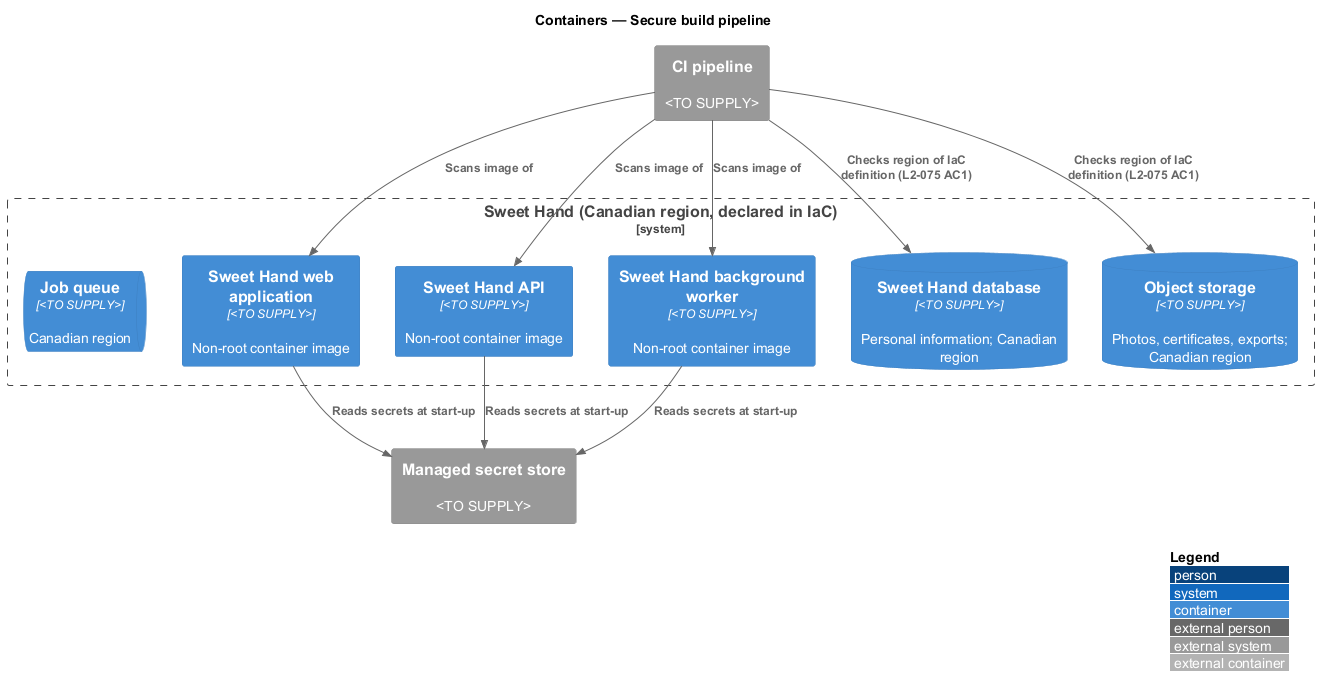
The PlantUML diagram docs/detailed-designs/platform/secure-build-pipeline/diagrams/c4-container.png in QuinntyneBrown/sweet-hand, before a commit.
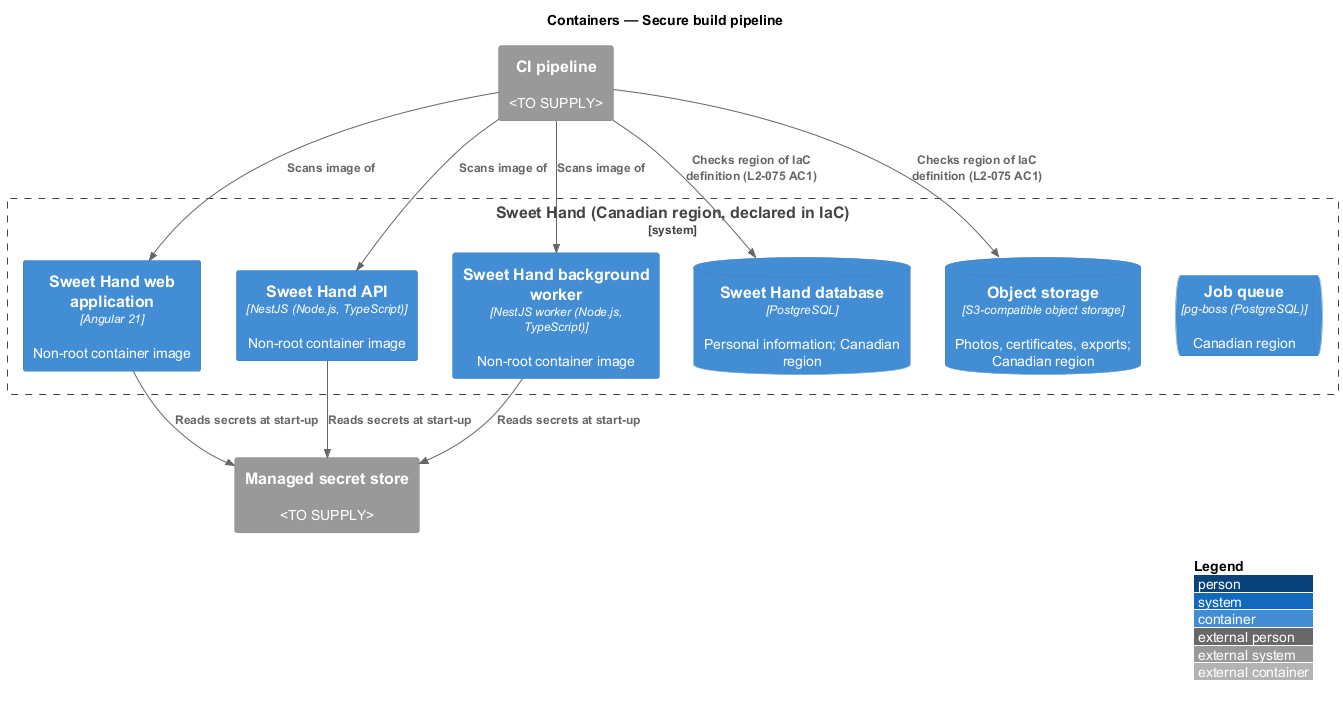
Later version of the same file.

The edit, as a diff of the source:
```diff
@@ -6,12 +6,12 @@
 System_Ext(ci, "CI pipeline", "<TO SUPPLY>")
 System_Ext(secrets, "Managed secret store", "<TO SUPPLY>")
 System_Boundary(sweethand, "Sweet Hand (Canadian region, declared in IaC)") {
-  Container(web, "Sweet Hand web application", "<TO SUPPLY>", "Non-root container image")
-  Container(api, "Sweet Hand API", "<TO SUPPLY>", "Non-root container image")
-  Container(worker, "Sweet Hand background worker", "<TO SUPPLY>", "Non-root container image")
-  ContainerDb(db, "Sweet Hand database", "<TO SUPPLY>", "Personal information; Canadian region")
-  ContainerDb(storage, "Object storage", "<TO SUPPLY>", "Photos, certificates, exports; Canadian region")
-  ContainerQueue(queue, "Job queue", "<TO SUPPLY>", "Canadian region")
+  Container(web, "Sweet Hand web application", "Angular 21", "Non-root container image")
+  Container(api, "Sweet Hand API", "NestJS (Node.js, TypeScript)", "Non-root container image")
+  Container(worker, "Sweet Hand background worker", "NestJS worker (Node.js, TypeScript)", "Non-root container image")
+  ContainerDb(db, "Sweet Hand database", "PostgreSQL", "Personal information; Canadian region")
+  ContainerDb(storage, "Object storage", "S3-compatible object storage", "Photos, certificates, exports; Canadian region")
+  ContainerQueue(queue, "Job queue", "pg-boss (PostgreSQL)", "Canadian region")
 }
 
 Rel(ci, web, "Scans image of")
```
